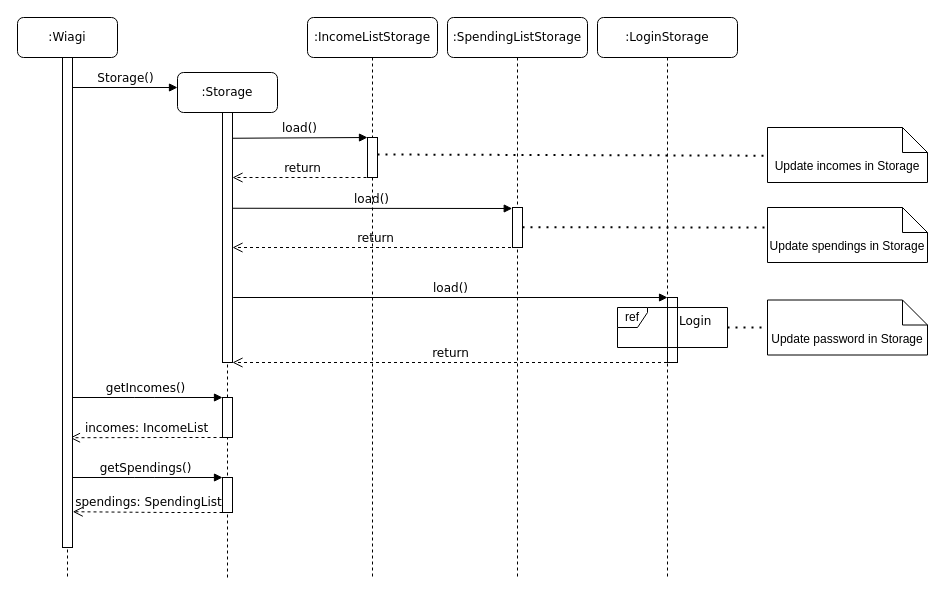
Above: page "load()" (1 of 3) of docs/Diagrams/Storage/storage.drawio in wongwh2002/CS2113TeamProject (draw.io), before the change. Source tidied: cells renumbered, new cells numbered last; positions are measured from the earlier drawing's top-left corner, leaving out a move shared by most shapes. Both pictures are drawn from the tidied source at 100%, with x=0, y=0 at pixel (17, 17).
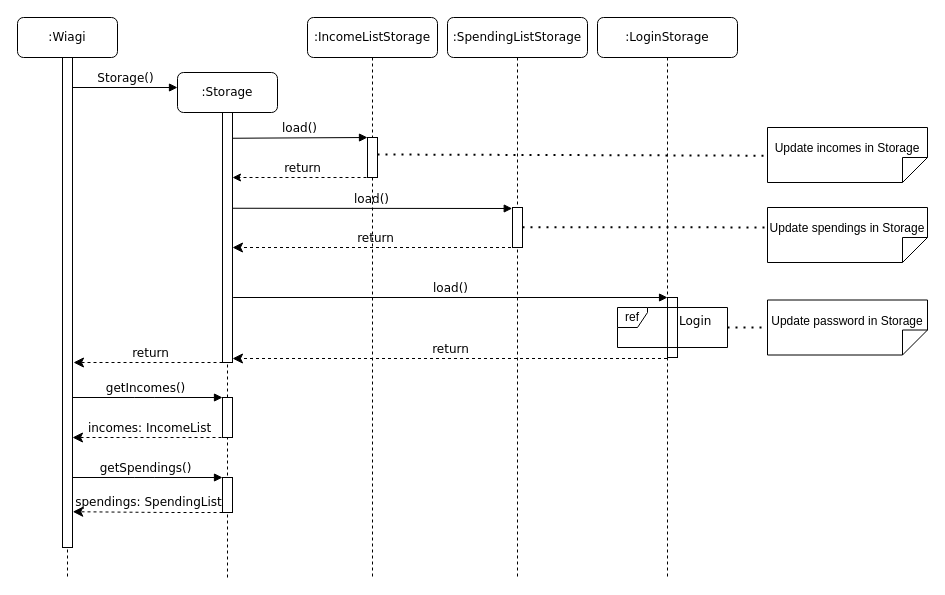
The same diagram, later.

Commit message (it also covers changes not shown here):
Edit storage sd to follow notation

The change refers to these unchanged cells:
```xml
<mxCell id="2" value=":Storage" style="shape=umlLifeline;perimeter=lifelinePerimeter;whiteSpace=wrap;html=1;rounded=1;shadow=0;comic=0;labelBackgroundColor=none;strokeWidth=1;fontFamily=Verdana;fontSize=12;align=center;" parent="1" vertex="1">
  <mxGeometry x="160" y="55" width="100" height="505" as="geometry" />
</mxCell>
<mxCell id="15" value=":Wiagi" style="shape=umlLifeline;perimeter=lifelinePerimeter;whiteSpace=wrap;html=1;rounded=1;shadow=0;comic=0;labelBackgroundColor=none;strokeWidth=1;fontFamily=Verdana;fontSize=12;align=center;" parent="1" vertex="1">
  <mxGeometry width="100" height="560" as="geometry" />
</mxCell>
<mxCell id="17" style="html=1;points=[];perimeter=orthogonalPerimeter;rounded=0;shadow=0;comic=0;labelBackgroundColor=none;strokeWidth=1;fontFamily=Verdana;fontSize=12;align=center;" parent="15" vertex="1">
  <mxGeometry x="45" y="40" width="10" height="490" as="geometry" />
</mxCell>
<mxCell id="19" value=":SpendingListStorage" style="shape=umlLifeline;perimeter=lifelinePerimeter;whiteSpace=wrap;html=1;outlineConnect=0;rounded=1;shadow=0;comic=0;labelBackgroundColor=none;strokeWidth=1;fontFamily=Verdana;fontSize=12;align=center;" parent="1" vertex="1">
  <mxGeometry x="430" width="140" height="560" as="geometry" />
</mxCell>
<mxCell id="20" style="html=1;points=[];perimeter=orthogonalPerimeter;rounded=0;shadow=0;comic=0;labelBackgroundColor=none;strokeWidth=1;fontFamily=Verdana;fontSize=12;align=center;" parent="19" vertex="1">
  <mxGeometry x="65" y="190" width="10" height="40" as="geometry" />
</mxCell>
<mxCell id="21" value=":LoginStorage" style="shape=umlLifeline;perimeter=lifelinePerimeter;whiteSpace=wrap;html=1;outlineConnect=0;rounded=1;shadow=0;comic=0;labelBackgroundColor=none;strokeWidth=1;fontFamily=Verdana;fontSize=12;align=center;" parent="1" vertex="1">
  <mxGeometry x="580" width="140" height="560" as="geometry" />
</mxCell>
```

What changed in the source:
```diff
@@
-    <mxCell id="5" value="incomes: IncomeList" style="html=1;verticalAlign=bottom;endArrow=open;dashed=1;endSize=8;labelBackgroundColor=none;fontFamily=Verdana;fontSize=12;edgeStyle=elbowEdgeStyle;elbow=horizontal;entryX=0.748;entryY=0.776;entryDx=0;entryDy=0;entryPerimeter=0;" parent="2" edge="1" target="17">
+    <mxCell id="5" value="incomes: IncomeList" style="html=1;verticalAlign=bottom;endArrow=classic;dashed=1;endSize=8;labelBackgroundColor=none;fontFamily=Verdana;fontSize=12;edgeStyle=elbowEdgeStyle;elbow=horizontal;endFill=1;" parent="2" edge="1">
       <mxGeometry relative="1" as="geometry">
-        <mxPoint x="45" y="365" as="sourcePoint" />
+        <mxPoint x="50" y="365" as="sourcePoint" />
+        <mxPoint x="-105" y="365" as="targetPoint" />
         <Array as="points">
-          <mxPoint x="-10" y="365" />
-          <mxPoint x="20" y="365" />
+          <mxPoint x="-5" y="365" />
+          <mxPoint x="25" y="365" />
         </Array>
       </mxGeometry>
     </mxCell>
@@
-    <mxCell id="9" value="return" style="html=1;verticalAlign=bottom;endArrow=open;dashed=1;endSize=8;labelBackgroundColor=none;fontFamily=Verdana;fontSize=12;edgeStyle=elbowEdgeStyle;elbow=vertical;" parent="2" edge="1">
+    <mxCell id="9" value="return" style="html=1;verticalAlign=bottom;endArrow=classic;dashed=1;labelBackgroundColor=none;fontFamily=Verdana;fontSize=12;edgeStyle=elbowEdgeStyle;elbow=vertical;endFill=1;" parent="2" edge="1">
       <mxGeometry relative="1" as="geometry">
         <mxPoint x="195" y="105" as="sourcePoint" />
         <mxPoint x="55" y="105" as="targetPoint" />
         <Array as="points">
           <mxPoint x="140" y="105" />
           <mxPoint x="170" y="105" />
         </Array>
       </mxGeometry>
     </mxCell>
-    <mxCell id="10" value="return" style="html=1;verticalAlign=bottom;endArrow=open;dashed=1;endSize=8;labelBackgroundColor=none;fontFamily=Verdana;fontSize=12;edgeStyle=elbowEdgeStyle;elbow=vertical;" parent="2" edge="1" source="19">
+    <mxCell id="10" value="return" style="html=1;verticalAlign=bottom;endArrow=classic;dashed=1;endSize=8;labelBackgroundColor=none;fontFamily=Verdana;fontSize=12;edgeStyle=elbowEdgeStyle;elbow=vertical;endFill=1;" parent="2" edge="1" source="19">
       <mxGeometry relative="1" as="geometry">
         <mxPoint x="55" y="175" as="targetPoint" />
         <Array as="points">
           <mxPoint x="130" y="175" />
           <mxPoint x="160" y="175" />
         </Array>
       </mxGeometry>
     </mxCell>
-    <mxCell id="11" value="return" style="html=1;verticalAlign=bottom;endArrow=open;dashed=1;endSize=8;labelBackgroundColor=none;fontFamily=Verdana;fontSize=12;edgeStyle=elbowEdgeStyle;elbow=vertical;" parent="2" edge="1" source="21">
+    <mxCell id="11" value="return" style="html=1;verticalAlign=bottom;endArrow=classic;dashed=1;endSize=8;labelBackgroundColor=none;fontFamily=Verdana;fontSize=12;edgeStyle=elbowEdgeStyle;elbow=vertical;endFill=1;" parent="2" edge="1">
       <mxGeometry relative="1" as="geometry">
-        <mxPoint x="55" y="290" as="targetPoint" />
+        <mxPoint x="489.5" y="286" as="sourcePoint" />
+        <mxPoint x="55" y="286" as="targetPoint" />
         <Array as="points">
-          <mxPoint x="270.5" y="290" />
-          <mxPoint x="300.5" y="290" />
+          <mxPoint x="270.5" y="286" />
+          <mxPoint x="300.5" y="286" />
         </Array>
       </mxGeometry>
     </mxCell>
@@
-    <mxCell id="16" value="spendings: SpendingList" style="html=1;verticalAlign=bottom;endArrow=open;dashed=1;endSize=8;labelBackgroundColor=none;fontFamily=Verdana;fontSize=12;edgeStyle=elbowEdgeStyle;elbow=horizontal;entryX=1.024;entryY=0.927;entryDx=0;entryDy=0;entryPerimeter=0;" parent="15" edge="1" target="17">
+    <mxCell id="16" value="spendings: SpendingList" style="html=1;verticalAlign=bottom;endArrow=classic;dashed=1;endSize=8;labelBackgroundColor=none;fontFamily=Verdana;fontSize=12;edgeStyle=elbowEdgeStyle;elbow=horizontal;entryX=1.024;entryY=0.927;entryDx=0;entryDy=0;entryPerimeter=0;endFill=1;" parent="15" edge="1" target="17">
       <mxGeometry relative="1" as="geometry">
         <mxPoint x="205" y="495" as="sourcePoint" />
         <Array as="points">
           <mxPoint x="150" y="495" />
           <mxPoint x="180" y="495" />
         </Array>
       </mxGeometry>
     </mxCell>
@@
     <mxCell id="22" style="html=1;points=[];perimeter=orthogonalPerimeter;rounded=0;shadow=0;comic=0;labelBackgroundColor=none;strokeWidth=1;fontFamily=Verdana;fontSize=12;align=center;" parent="21" vertex="1">
-      <mxGeometry x="70" y="280" width="10" height="65" as="geometry" />
+      <mxGeometry x="70" y="280" width="10" height="60" as="geometry" />
     </mxCell>
@@
-    <mxCell id="27" value="Update password in Storage" style="shape=note2;boundedLbl=1;whiteSpace=wrap;html=1;size=25;verticalAlign=top;align=center;" parent="1" vertex="1">
+    <mxCell id="27" value="&lt;div style=&quot;&quot;&gt;Update password in Storage&lt;/div&gt;" style="shape=note2;boundedLbl=1;whiteSpace=wrap;html=1;size=25;verticalAlign=bottom;align=center;flipH=0;flipV=1;" parent="1" vertex="1">
       <mxGeometry x="750" y="282.5" width="160" height="55" as="geometry" />
     </mxCell>
-    <mxCell id="28" style="endArrow=none;dashed=1;html=1;dashPattern=1 3;strokeWidth=2;rounded=0;exitX=1;exitY=0.494;exitDx=0;exitDy=0;exitPerimeter=0;entryX=0;entryY=0.364;entryDx=0;entryDy=0;entryPerimeter=0;" parent="1" edge="1" source="20" target="31">
-      <mxGeometry relative="1" as="geometry" />
+    <mxCell id="28" style="endArrow=none;dashed=1;html=1;dashPattern=1 3;strokeWidth=2;rounded=0;exitX=1;exitY=0.494;exitDx=0;exitDy=0;exitPerimeter=0;" parent="1" edge="1" source="20">
+      <mxGeometry relative="1" as="geometry">
+        <mxPoint x="750" y="209.9" as="targetPoint" />
+      </mxGeometry>
     </mxCell>
@@
-    <mxCell id="30" value="Update incomes in Storage" style="shape=note2;boundedLbl=1;whiteSpace=wrap;html=1;size=25;verticalAlign=top;align=center;" parent="1" vertex="1">
+    <mxCell id="30" value="Update incomes in Storage" style="shape=note2;boundedLbl=1;whiteSpace=wrap;html=1;size=25;verticalAlign=bottom;align=center;flipV=1;" parent="1" vertex="1">
       <mxGeometry x="750" y="110" width="160" height="55" as="geometry" />
     </mxCell>
-    <mxCell id="31" value="Update spendings in Storage" style="shape=note2;boundedLbl=1;whiteSpace=wrap;html=1;size=25;verticalAlign=top;align=center;" parent="1" vertex="1">
+    <mxCell id="31" value="Update spendings in Storage" style="shape=note2;boundedLbl=1;whiteSpace=wrap;html=1;size=25;verticalAlign=bottom;align=center;flipV=1;" parent="1" vertex="1">
       <mxGeometry x="750" y="190" width="160" height="55" as="geometry" />
     </mxCell>
@@
+    <mxCell id="33" value="return" style="html=1;verticalAlign=bottom;endArrow=classic;dashed=1;endSize=8;labelBackgroundColor=none;fontFamily=Verdana;fontSize=12;edgeStyle=elbowEdgeStyle;elbow=vertical;endFill=1;" parent="1" edge="1">
+      <mxGeometry relative="1" as="geometry">
+        <mxPoint x="211" y="345" as="sourcePoint" />
+        <mxPoint x="56" y="345" as="targetPoint" />
+        <Array as="points">
+          <mxPoint x="156" y="345" />
+          <mxPoint x="186" y="345" />
+        </Array>
+      </mxGeometry>
+    </mxCell>
```
